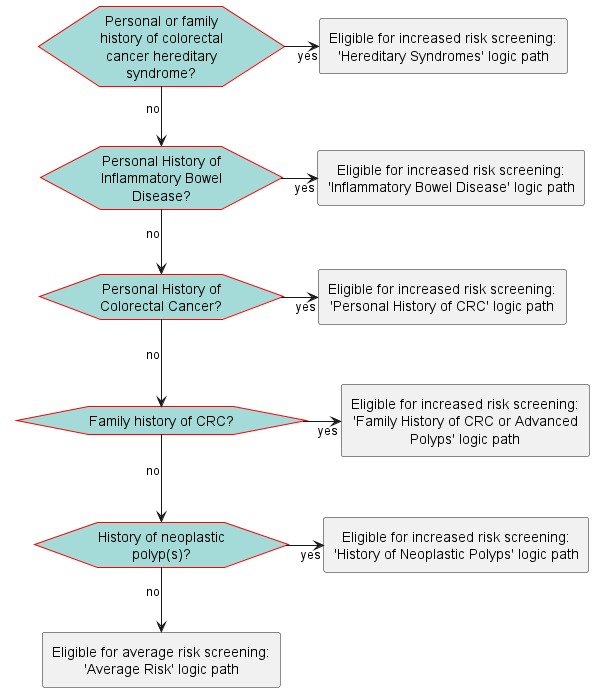
Above: images/flow-IncreasedRiskExclusions.png in ccsm-cds-tools/CDC-Colorectal-Cancer-Screening-CDS-L2 (PlantUML), before the change.
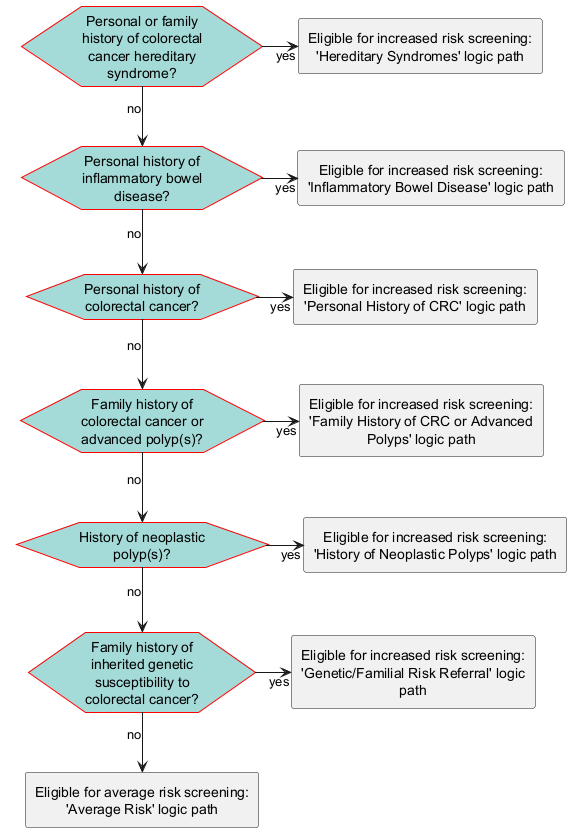
Above is the later version.

The edit, as a diff of the source:
```diff
@@ -17,25 +17,29 @@
     BackGroundColor: #A4DBD8
 }
 </style>
-hexagon "Personal or family history of colorectal cancer hereditary syndrome? " as eve_CRCHereditarySyndrome [[#eve-CRCHereditarySyndrome]]
-hexagon "Personal History of Inflammatory Bowel Disease?" as eve_IBD [[#eve-IBD]]
-hexagon "Personal History of Colorectal Cancer?" as eve_HxCRC [[#eve-HxCRC]]
-hexagon "Family history of CRC?" as eve_FamilyHxCRC [[#eve-FamilyHxCRC]]
+hexagon "Personal or family history of colorectal cancer hereditary syndrome? " as eve_HereditarySyndrome [[#eve-HereditarySyndrome]]
+hexagon "Personal history of inflammatory bowel disease?" as eve_IBD [[#eve-IBD]]
+hexagon "Personal history of colorectal cancer?" as eve_HxCRC [[#eve-HxCRC]]
+hexagon "Family history of colorectal cancer or advanced polyp(s)?" as eve_FamilyHx [[#eve-FamilyHx]]
 hexagon "History of neoplastic polyp(s)?" as eve_HxPolyps [[#eve-HxPolyps]]
+hexagon "Family history of inherited genetic susceptibility to colorectal cancer?" as eve_FamHxGeneticMarker [[#eve-geneticRisk]]
 rectangle "Eligible for increased risk screening: 'Hereditary Syndromes' logic path" as act_CRCHereditarySyndrome [[#act-CRCHereditarySyndrome]]
 rectangle "Eligible for increased risk screening: 'Inflammatory Bowel Disease' logic path" as act_IBD [[#act-IBD]]
 rectangle "Eligible for increased risk screening: 'Personal History of CRC' logic path" as act_HxCRC [[#act-HxCRC]]
 rectangle "Eligible for increased risk screening: 'Family History of CRC or Advanced Polyps' logic path" as act_FamilyHxCRC [[#act-FamilyHxCRC]]
 rectangle "Eligible for increased risk screening: 'History of Neoplastic Polyps' logic path" as act_HxPolyps [[#act-HxPolyps]]
+rectangle "Eligible for increased risk screening: 'Genetic/Familial Risk Referral' logic path" as act_geneticRisk [[#act-geneticRisk]]
 rectangle "Eligible for average risk screening: 'Average Risk' logic path" as act_AvgRiskScreeningEligible [[#act-AvgRiskScreeningEligible]]
-eve_CRCHereditarySyndrome-r->act_CRCHereditarySyndrome: yes
-eve_CRCHereditarySyndrome-->eve_IBD: no
+eve_HereditarySyndrome-r->act_CRCHereditarySyndrome: yes
+eve_HereditarySyndrome-->eve_IBD: no
 eve_IBD-r->act_IBD: yes
 eve_IBD-->eve_HxCRC: no
 eve_HxCRC-r->act_HxCRC: yes
-eve_HxCRC-->eve_FamilyHxCRC: no
-eve_FamilyHxCRC-r->act_FamilyHxCRC: yes
-eve_FamilyHxCRC-->eve_HxPolyps: no
+eve_HxCRC-->eve_FamilyHx: no
+eve_FamilyHx-r->act_FamilyHxCRC: yes
+eve_FamilyHx-->eve_HxPolyps: no
 eve_HxPolyps-r->act_HxPolyps: yes
-eve_HxPolyps-->act_AvgRiskScreeningEligible: no
+eve_HxPolyps-->eve_FamHxGeneticMarker: no
+eve_FamHxGeneticMarker-r->act_geneticRisk: yes
+eve_FamHxGeneticMarker-->act_AvgRiskScreeningEligible: no
 @enduml
```
